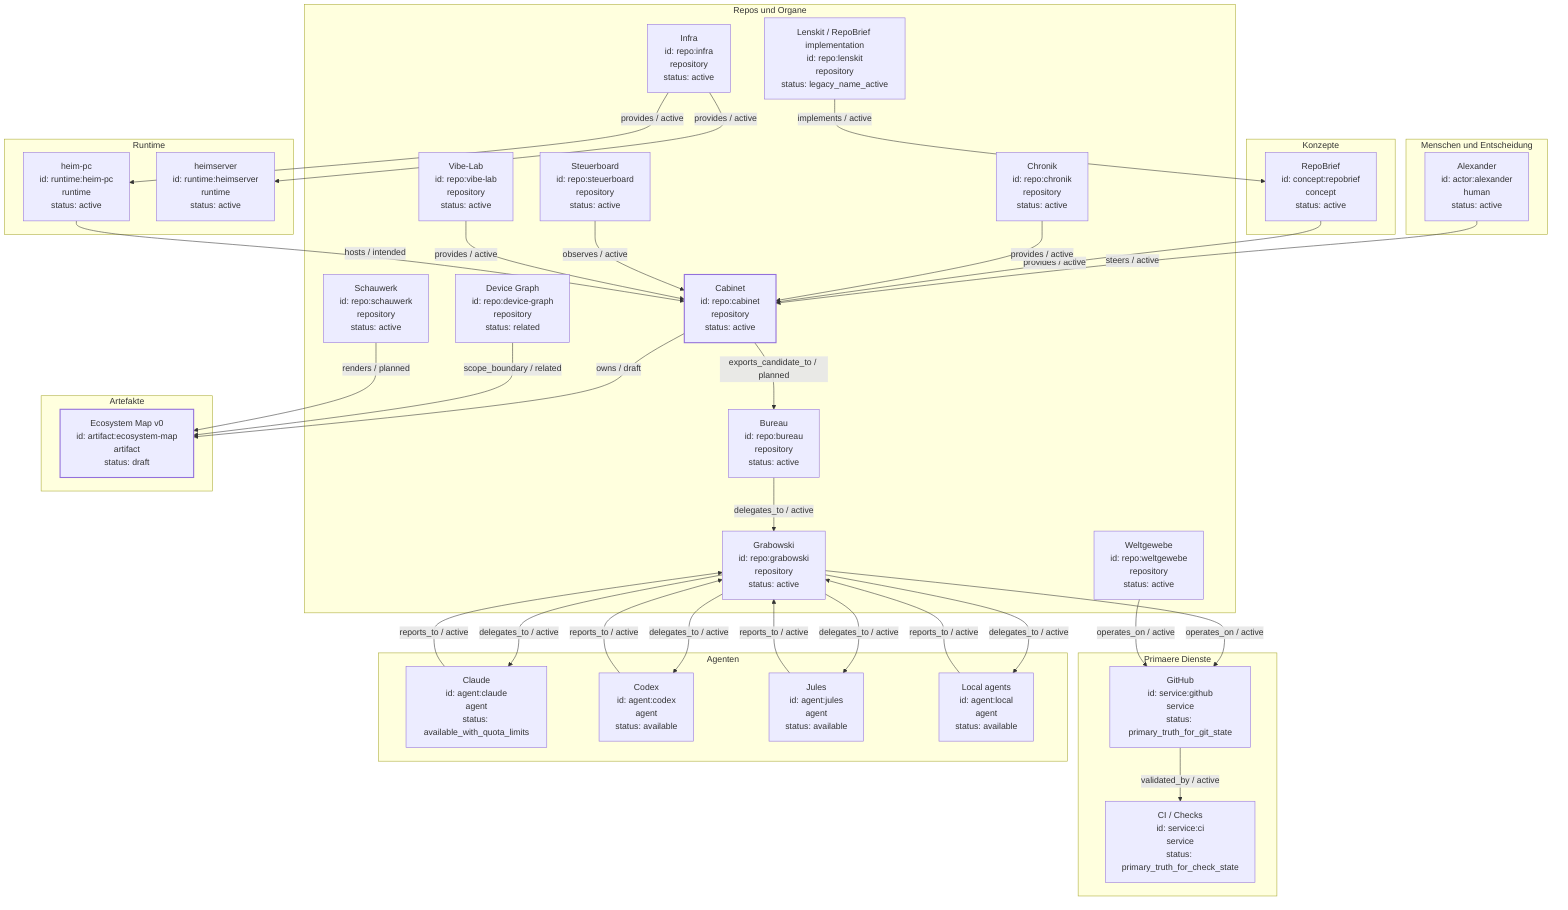
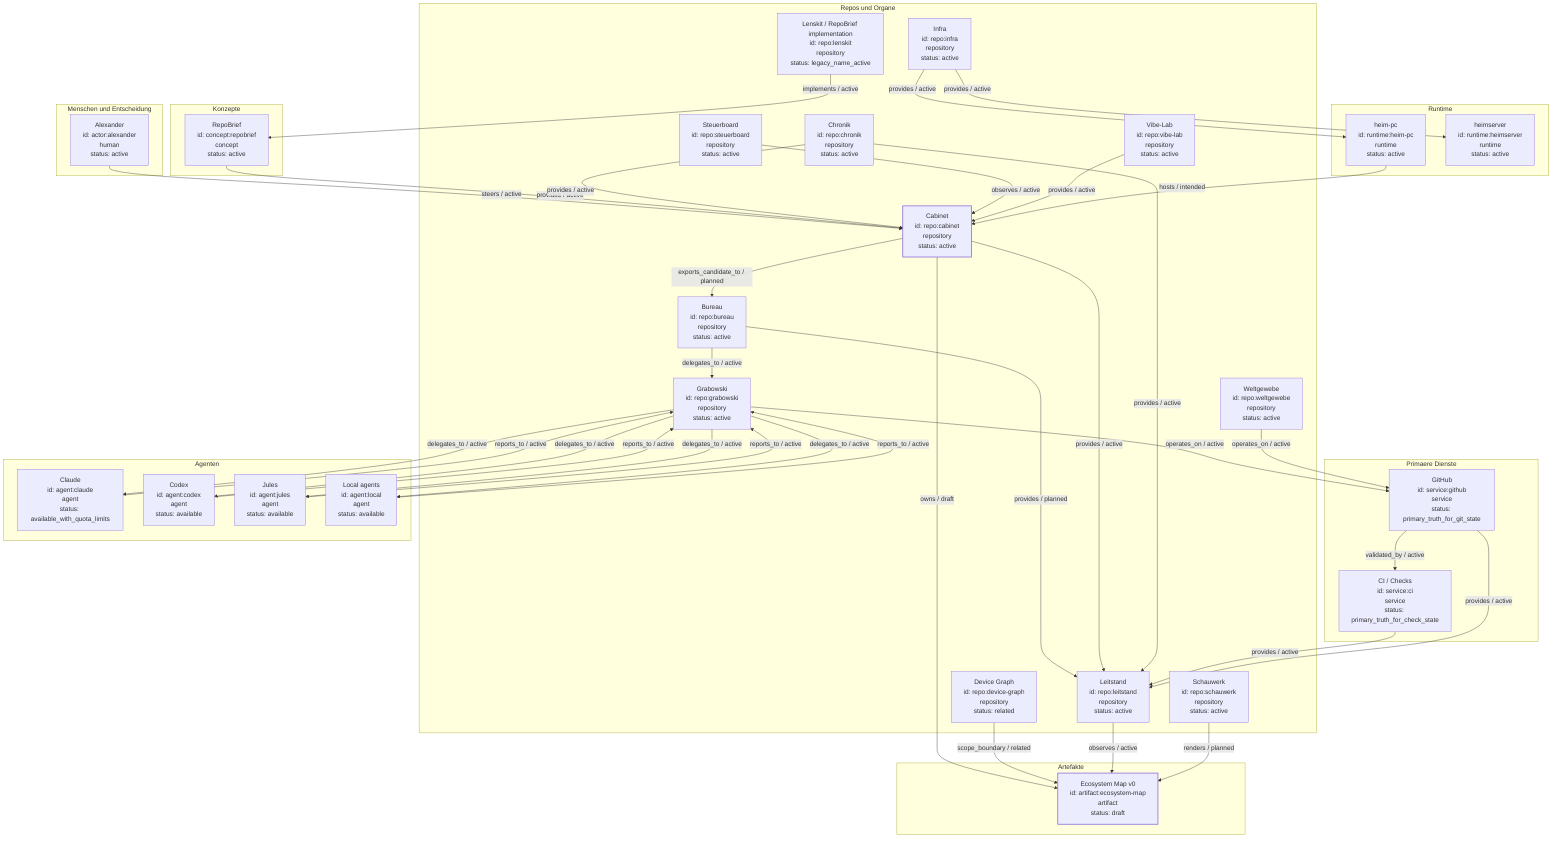
flowchart TD
    %% GENERATED FILE. Do not edit manually.
    %% GENERATED: scripts/render_ecosystem_registry_map.py
    %% Run: python3 scripts/render_ecosystem_registry_map.py
    %% Source: registry/ecosystem/nodes.json + registry/ecosystem/edges.json
    %% Boundary: this projection does not establish claim truth, runtime correctness or merge readiness.

    subgraph kind_human[Menschen und Entscheidung]
        actor_alexander["Alexander<br/>id: actor:alexander<br/>human<br/>status: active"]
    end

    subgraph kind_repository[Repos und Organe]
        repo_bureau["Bureau<br/>id: repo:bureau<br/>repository<br/>status: active"]
        repo_cabinet["Cabinet<br/>id: repo:cabinet<br/>repository<br/>status: active"]
        repo_chronik["Chronik<br/>id: repo:chronik<br/>repository<br/>status: active"]
        repo_device_graph["Device Graph<br/>id: repo:device-graph<br/>repository<br/>status: related"]
        repo_grabowski["Grabowski<br/>id: repo:grabowski<br/>repository<br/>status: active"]
        repo_infra["Infra<br/>id: repo:infra<br/>repository<br/>status: active"]
+         repo_leitstand["Leitstand<br/>id: repo:leitstand<br/>repository<br/>status: active"]
        repo_lenskit["Lenskit / RepoBrief implementation<br/>id: repo:lenskit<br/>repository<br/>status: legacy_name_active"]
        repo_schauwerk["Schauwerk<br/>id: repo:schauwerk<br/>repository<br/>status: active"]
        repo_steuerboard["Steuerboard<br/>id: repo:steuerboard<br/>repository<br/>status: active"]
        repo_vibe_lab["Vibe-Lab<br/>id: repo:vibe-lab<br/>repository<br/>status: active"]
        repo_weltgewebe["Weltgewebe<br/>id: repo:weltgewebe<br/>repository<br/>status: active"]
    end

    subgraph kind_concept[Konzepte]
        concept_repobrief["RepoBrief<br/>id: concept:repobrief<br/>concept<br/>status: active"]
    end

    subgraph kind_artifact[Artefakte]
        artifact_ecosystem_map["Ecosystem Map v0<br/>id: artifact:ecosystem-map<br/>artifact<br/>status: draft"]
    end

    subgraph kind_service[Primaere Dienste]
        service_ci["CI / Checks<br/>id: service:ci<br/>service<br/>status: primary_truth_for_check_state"]
        service_github["GitHub<br/>id: service:github<br/>service<br/>status: primary_truth_for_git_state"]
    end

    subgraph kind_runtime[Runtime]
        runtime_heim_pc["heim-pc<br/>id: runtime:heim-pc<br/>runtime<br/>status: active"]
        runtime_heimserver["heimserver<br/>id: runtime:heimserver<br/>runtime<br/>status: active"]
    end

    subgraph kind_agent[Agenten]
        agent_claude["Claude<br/>id: agent:claude<br/>agent<br/>status: available_with_quota_limits"]
        agent_codex["Codex<br/>id: agent:codex<br/>agent<br/>status: available"]
        agent_jules["Jules<br/>id: agent:jules<br/>agent<br/>status: available"]
        agent_local["Local agents<br/>id: agent:local<br/>agent<br/>status: available"]
    end

    actor_alexander -->|steers / active| repo_cabinet
    agent_claude -->|reports_to / active| repo_grabowski
    agent_codex -->|reports_to / active| repo_grabowski
    agent_jules -->|reports_to / active| repo_grabowski
    agent_local -->|reports_to / active| repo_grabowski
    concept_repobrief -->|provides / active| repo_cabinet
    repo_bureau -->|delegates_to / active| repo_grabowski
+     repo_bureau -->|provides / planned| repo_leitstand
    repo_cabinet -->|owns / draft| artifact_ecosystem_map
    repo_cabinet -->|exports_candidate_to / planned| repo_bureau
+     repo_cabinet -->|provides / active| repo_leitstand
    repo_chronik -->|provides / active| repo_cabinet
+     repo_chronik -->|provides / active| repo_leitstand
    repo_device_graph -->|scope_boundary / related| artifact_ecosystem_map
    repo_grabowski -->|delegates_to / active| agent_claude
    repo_grabowski -->|delegates_to / active| agent_codex
    repo_grabowski -->|delegates_to / active| agent_jules
    repo_grabowski -->|delegates_to / active| agent_local
    repo_grabowski -->|operates_on / active| service_github
    repo_infra -->|provides / active| runtime_heim_pc
    repo_infra -->|provides / active| runtime_heimserver
+     repo_leitstand -->|observes / active| artifact_ecosystem_map
    repo_lenskit -->|implements / active| concept_repobrief
    repo_schauwerk -->|renders / planned| artifact_ecosystem_map
    repo_steuerboard -->|observes / active| repo_cabinet
    repo_vibe_lab -->|provides / active| repo_cabinet
    repo_weltgewebe -->|operates_on / active| service_github
    runtime_heim_pc -->|hosts / intended| repo_cabinet
+     service_ci -->|provides / active| repo_leitstand
+     service_github -->|provides / active| repo_leitstand
    service_github -->|validated_by / active| service_ci

    %% Visual anchor only; does not establish canonical truth.
    classDef mapAnchor stroke-width:2px;
    class repo_cabinet,artifact_ecosystem_map mapAnchor;
